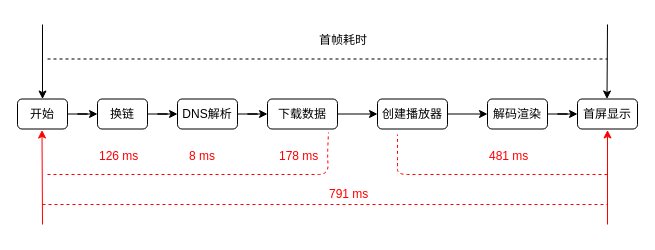
Earlier version of the draw.io diagram page "耗时测试" (5 of 10) of Untitled Diagram.drawio (Anyewuya/Sev). Source tidied: cells renumbered, new cells numbered last; positions are measured from the earlier drawing's top-left corner, leaving out a move shared by most shapes. Both pictures are drawn from the tidied source at 100%, with x=0, y=0 at pixel (17, 24).
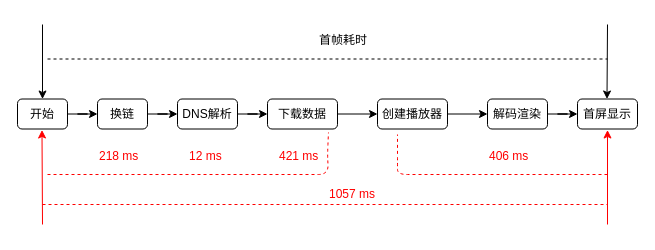
The same page after the edit.

What changed in the source:
```diff
@@
-    <mxCell id="20" value="8 ms" style="text;html=1;align=left;verticalAlign=top;spacingTop=-4;fontColor=#FF0000;" parent="1" vertex="1">
-      <mxGeometry x="170" y="122" width="40" height="20" as="geometry" />
+    <mxCell id="20" value="12 ms" style="text;html=1;align=left;verticalAlign=top;spacingTop=-4;fontColor=#FF0000;" parent="1" vertex="1">
+      <mxGeometry x="170" y="122" width="50" height="20" as="geometry" />
     </mxCell>
-    <mxCell id="21" value="126 ms" style="text;html=1;align=left;verticalAlign=top;spacingTop=-4;fontColor=#FF0000;" parent="1" vertex="1">
+    <mxCell id="21" value="218 ms" style="text;html=1;align=left;verticalAlign=top;spacingTop=-4;fontColor=#FF0000;" parent="1" vertex="1">
       <mxGeometry x="80" y="122" width="60" height="20" as="geometry" />
     </mxCell>
@@
-    <mxCell id="23" value="791 ms" style="text;html=1;align=left;verticalAlign=top;spacingTop=-4;fontColor=#FF0000;" parent="1" vertex="1">
+    <mxCell id="23" value="1057 ms" style="text;html=1;align=left;verticalAlign=top;spacingTop=-4;fontColor=#FF0000;" parent="1" vertex="1">
       <mxGeometry x="310" y="159.5" width="60" height="20" as="geometry" />
     </mxCell>
@@
-    <mxCell id="25" value="178&amp;nbsp;ms" style="text;html=1;align=left;verticalAlign=top;spacingTop=-4;fontColor=#FF0000;" parent="1" vertex="1">
+    <mxCell id="25" value="421 ms" style="text;html=1;align=left;verticalAlign=top;spacingTop=-4;fontColor=#FF0000;" parent="1" vertex="1">
       <mxGeometry x="260" y="122" width="60" height="20" as="geometry" />
     </mxCell>
@@
-    <mxCell id="28" value="481 ms" style="text;html=1;align=left;verticalAlign=top;spacingTop=-4;fontColor=#FF0000;" parent="1" vertex="1">
+    <mxCell id="28" value="406 ms" style="text;html=1;align=left;verticalAlign=top;spacingTop=-4;fontColor=#FF0000;" parent="1" vertex="1">
       <mxGeometry x="470" y="122" width="60" height="20" as="geometry" />
     </mxCell>
```
